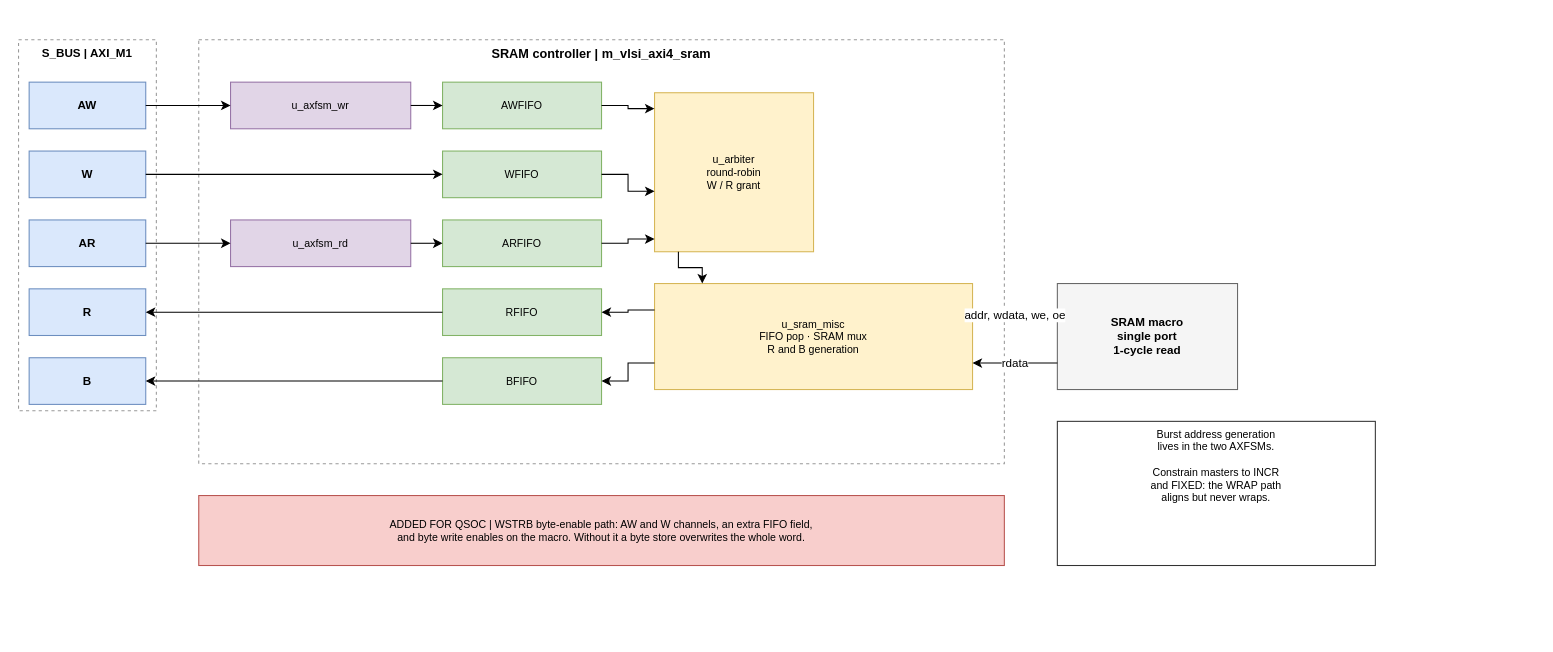
Earlier version of the draw.io diagram doc/drawio/QNSC_RAM_Block.drawio (quynhonsemiconductor/vlsi_deep_training). Source tidied: cells renumbered, new cells numbered last; positions are measured from the earlier drawing's top-left corner, leaving out a move shared by most shapes. Both pictures are drawn from the tidied source at 106%, with x=0, y=0 at pixel (18, 39).
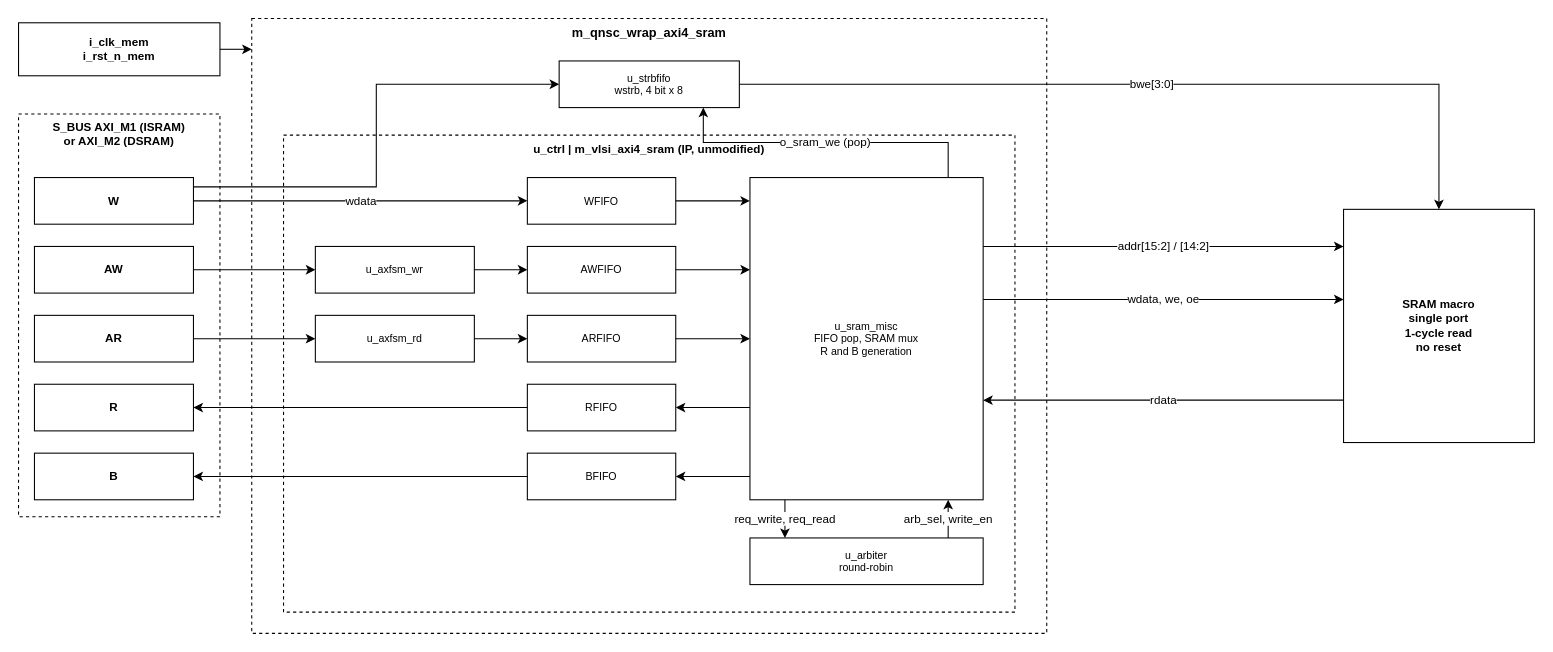
After the change.

What changed in the source:
```diff
@@
+    <mxCell id="36" value="i_clk_mem&#10;i_rst_n_mem" style="rounded=0;whiteSpace=wrap;html=1;fillColor=#ffffff;strokeColor=#000000;fontSize=11;dashed=0;fontStyle=1;verticalAlign=middle;" parent="1" vertex="1">
+      <mxGeometry y="-16" width="190" height="50" as="geometry" />
+    </mxCell>
-    <mxCell id="2" value="S_BUS | AXI_M1" style="rounded=0;whiteSpace=wrap;html=1;fillColor=none;strokeColor=#999999;fontSize=11;dashed=1;fontStyle=1;verticalAlign=top;" parent="1" vertex="1">
-      <mxGeometry width="130" height="350" as="geometry" />
+    <mxCell id="2" value="S_BUS  AXI_M1 (ISRAM)&#10;or AXI_M2 (DSRAM)" style="rounded=0;whiteSpace=wrap;html=1;fillColor=none;strokeColor=#000000;fontSize=11;dashed=1;fontStyle=1;verticalAlign=top;" parent="1" vertex="1">
+      <mxGeometry y="70" width="190" height="380" as="geometry" />
     </mxCell>
+    <mxCell id="4" value="W" style="rounded=0;whiteSpace=wrap;html=1;fillColor=#ffffff;strokeColor=#000000;fontSize=11;dashed=0;fontStyle=1;verticalAlign=middle;" parent="1" vertex="1">
+      <mxGeometry x="15" y="130" width="150" height="44" as="geometry" />
+    </mxCell>
-    <mxCell id="3" value="AW" style="rounded=0;whiteSpace=wrap;html=1;fillColor=#dae8fc;strokeColor=#6c8ebf;fontSize=11;dashed=0;fontStyle=1;verticalAlign=middle;" parent="1" vertex="1">
-      <mxGeometry x="10" y="40" width="110" height="44" as="geometry" />
+    <mxCell id="3" value="AW" style="rounded=0;whiteSpace=wrap;html=1;fillColor=#ffffff;strokeColor=#000000;fontSize=11;dashed=0;fontStyle=1;verticalAlign=middle;" parent="1" vertex="1">
+      <mxGeometry x="15" y="195" width="150" height="44" as="geometry" />
     </mxCell>
-    <mxCell id="4" value="W" style="rounded=0;whiteSpace=wrap;html=1;fillColor=#dae8fc;strokeColor=#6c8ebf;fontSize=11;dashed=0;fontStyle=1;verticalAlign=middle;" parent="1" vertex="1">
-      <mxGeometry x="10" y="105" width="110" height="44" as="geometry" />
-    </mxCell>
-    <mxCell id="5" value="AR" style="rounded=0;whiteSpace=wrap;html=1;fillColor=#dae8fc;strokeColor=#6c8ebf;fontSize=11;dashed=0;fontStyle=1;verticalAlign=middle;" parent="1" vertex="1">
-      <mxGeometry x="10" y="170" width="110" height="44" as="geometry" />
+    <mxCell id="5" value="AR" style="rounded=0;whiteSpace=wrap;html=1;fillColor=#ffffff;strokeColor=#000000;fontSize=11;dashed=0;fontStyle=1;verticalAlign=middle;" parent="1" vertex="1">
+      <mxGeometry x="15" y="260" width="150" height="44" as="geometry" />
     </mxCell>
-    <mxCell id="6" value="R" style="rounded=0;whiteSpace=wrap;html=1;fillColor=#dae8fc;strokeColor=#6c8ebf;fontSize=11;dashed=0;fontStyle=1;verticalAlign=middle;" parent="1" vertex="1">
-      <mxGeometry x="10" y="235" width="110" height="44" as="geometry" />
+    <mxCell id="6" value="R" style="rounded=0;whiteSpace=wrap;html=1;fillColor=#ffffff;strokeColor=#000000;fontSize=11;dashed=0;fontStyle=1;verticalAlign=middle;" parent="1" vertex="1">
+      <mxGeometry x="15" y="325" width="150" height="44" as="geometry" />
     </mxCell>
-    <mxCell id="7" value="B" style="rounded=0;whiteSpace=wrap;html=1;fillColor=#dae8fc;strokeColor=#6c8ebf;fontSize=11;dashed=0;fontStyle=1;verticalAlign=middle;" parent="1" vertex="1">
-      <mxGeometry x="10" y="300" width="110" height="44" as="geometry" />
+    <mxCell id="7" value="B" style="rounded=0;whiteSpace=wrap;html=1;fillColor=#ffffff;strokeColor=#000000;fontSize=11;dashed=0;fontStyle=1;verticalAlign=middle;" parent="1" vertex="1">
+      <mxGeometry x="15" y="390" width="150" height="44" as="geometry" />
     </mxCell>
+    <mxCell id="37" value="m_qnsc_wrap_axi4_sram" style="rounded=0;whiteSpace=wrap;html=1;fillColor=none;strokeColor=#000000;fontSize=12;dashed=1;fontStyle=1;verticalAlign=top;" parent="1" vertex="1">
+      <mxGeometry x="220" y="-20" width="750" height="580" as="geometry" />
+    </mxCell>
+    <mxCell id="38" value="u_strbfifo&#10;wstrb, 4 bit x 8" style="rounded=0;whiteSpace=wrap;html=1;fillColor=#ffffff;strokeColor=#000000;fontSize=10;dashed=0;verticalAlign=middle;" parent="1" vertex="1">
+      <mxGeometry x="510" y="20" width="170" height="44" as="geometry" />
+    </mxCell>
-    <mxCell id="8" value="SRAM controller  |  m_vlsi_axi4_sram" style="rounded=0;whiteSpace=wrap;html=1;fillColor=none;strokeColor=#999999;fontSize=12;dashed=1;fontStyle=1;verticalAlign=top;" parent="1" vertex="1">
-      <mxGeometry x="170" width="760" height="400" as="geometry" />
+    <mxCell id="8" value="u_ctrl  |  m_vlsi_axi4_sram  (IP, unmodified)" style="rounded=0;whiteSpace=wrap;html=1;fillColor=none;strokeColor=#000000;fontSize=11;dashed=1;fontStyle=1;verticalAlign=top;" parent="1" vertex="1">
+      <mxGeometry x="250" y="90" width="690" height="450" as="geometry" />
     </mxCell>
-    <mxCell id="9" value="u_axfsm_wr" style="rounded=0;whiteSpace=wrap;html=1;fillColor=#e1d5e7;strokeColor=#9673a6;fontSize=10;dashed=0;verticalAlign=middle;" parent="1" vertex="1">
-      <mxGeometry x="200" y="40" width="170" height="44" as="geometry" />
+    <mxCell id="9" value="u_axfsm_wr" style="rounded=0;whiteSpace=wrap;html=1;fillColor=#ffffff;strokeColor=#000000;fontSize=10;dashed=0;verticalAlign=middle;" parent="1" vertex="1">
+      <mxGeometry x="280" y="195" width="150" height="44" as="geometry" />
     </mxCell>
-    <mxCell id="10" value="u_axfsm_rd" style="rounded=0;whiteSpace=wrap;html=1;fillColor=#e1d5e7;strokeColor=#9673a6;fontSize=10;dashed=0;verticalAlign=middle;" parent="1" vertex="1">
-      <mxGeometry x="200" y="170" width="170" height="44" as="geometry" />
+    <mxCell id="10" value="u_axfsm_rd" style="rounded=0;whiteSpace=wrap;html=1;fillColor=#ffffff;strokeColor=#000000;fontSize=10;dashed=0;verticalAlign=middle;" parent="1" vertex="1">
+      <mxGeometry x="280" y="260" width="150" height="44" as="geometry" />
     </mxCell>
+    <mxCell id="12" value="WFIFO" style="rounded=0;whiteSpace=wrap;html=1;fillColor=#ffffff;strokeColor=#000000;fontSize=10;dashed=0;verticalAlign=middle;" parent="1" vertex="1">
+      <mxGeometry x="480" y="130" width="140" height="44" as="geometry" />
+    </mxCell>
-    <mxCell id="11" value="AWFIFO" style="rounded=0;whiteSpace=wrap;html=1;fillColor=#d5e8d4;strokeColor=#82b366;fontSize=10;dashed=0;verticalAlign=middle;" parent="1" vertex="1">
-      <mxGeometry x="400" y="40" width="150" height="44" as="geometry" />
+    <mxCell id="11" value="AWFIFO" style="rounded=0;whiteSpace=wrap;html=1;fillColor=#ffffff;strokeColor=#000000;fontSize=10;dashed=0;verticalAlign=middle;" parent="1" vertex="1">
+      <mxGeometry x="480" y="195" width="140" height="44" as="geometry" />
     </mxCell>
-    <mxCell id="12" value="WFIFO" style="rounded=0;whiteSpace=wrap;html=1;fillColor=#d5e8d4;strokeColor=#82b366;fontSize=10;dashed=0;verticalAlign=middle;" parent="1" vertex="1">
-      <mxGeometry x="400" y="105" width="150" height="44" as="geometry" />
-    </mxCell>
-    <mxCell id="13" value="ARFIFO" style="rounded=0;whiteSpace=wrap;html=1;fillColor=#d5e8d4;strokeColor=#82b366;fontSize=10;dashed=0;verticalAlign=middle;" parent="1" vertex="1">
-      <mxGeometry x="400" y="170" width="150" height="44" as="geometry" />
+    <mxCell id="13" value="ARFIFO" style="rounded=0;whiteSpace=wrap;html=1;fillColor=#ffffff;strokeColor=#000000;fontSize=10;dashed=0;verticalAlign=middle;" parent="1" vertex="1">
+      <mxGeometry x="480" y="260" width="140" height="44" as="geometry" />
     </mxCell>
-    <mxCell id="14" value="RFIFO" style="rounded=0;whiteSpace=wrap;html=1;fillColor=#d5e8d4;strokeColor=#82b366;fontSize=10;dashed=0;verticalAlign=middle;" parent="1" vertex="1">
-      <mxGeometry x="400" y="235" width="150" height="44" as="geometry" />
+    <mxCell id="14" value="RFIFO" style="rounded=0;whiteSpace=wrap;html=1;fillColor=#ffffff;strokeColor=#000000;fontSize=10;dashed=0;verticalAlign=middle;" parent="1" vertex="1">
+      <mxGeometry x="480" y="325" width="140" height="44" as="geometry" />
     </mxCell>
-    <mxCell id="15" value="BFIFO" style="rounded=0;whiteSpace=wrap;html=1;fillColor=#d5e8d4;strokeColor=#82b366;fontSize=10;dashed=0;verticalAlign=middle;" parent="1" vertex="1">
-      <mxGeometry x="400" y="300" width="150" height="44" as="geometry" />
+    <mxCell id="15" value="BFIFO" style="rounded=0;whiteSpace=wrap;html=1;fillColor=#ffffff;strokeColor=#000000;fontSize=10;dashed=0;verticalAlign=middle;" parent="1" vertex="1">
+      <mxGeometry x="480" y="390" width="140" height="44" as="geometry" />
     </mxCell>
+    <mxCell id="17" value="u_sram_misc&#10;FIFO pop, SRAM mux&#10;R and B generation" style="rounded=0;whiteSpace=wrap;html=1;fillColor=#ffffff;strokeColor=#000000;fontSize=10;dashed=0;verticalAlign=middle;" parent="1" vertex="1">
+      <mxGeometry x="690" y="130" width="220" height="304" as="geometry" />
+    </mxCell>
-    <mxCell id="16" value="u_arbiter&#10;round-robin&#10;W / R grant" style="rounded=0;whiteSpace=wrap;html=1;fillColor=#fff2cc;strokeColor=#d6b656;fontSize=10;dashed=0;verticalAlign=middle;" parent="1" vertex="1">
-      <mxGeometry x="600" y="50" width="150" height="150" as="geometry" />
+    <mxCell id="16" value="u_arbiter&#10;round-robin" style="rounded=0;whiteSpace=wrap;html=1;fillColor=#ffffff;strokeColor=#000000;fontSize=10;dashed=0;verticalAlign=middle;" parent="1" vertex="1">
+      <mxGeometry x="690" y="470" width="220" height="44" as="geometry" />
     </mxCell>
-    <mxCell id="17" value="u_sram_misc&#10;FIFO pop · SRAM mux&#10;R and B generation" style="rounded=0;whiteSpace=wrap;html=1;fillColor=#fff2cc;strokeColor=#d6b656;fontSize=10;dashed=0;verticalAlign=middle;" parent="1" vertex="1">
-      <mxGeometry x="600" y="230" width="300" height="100" as="geometry" />
-    </mxCell>
-    <mxCell id="18" value="SRAM macro&#10;single port&#10;1-cycle read" style="rounded=0;whiteSpace=wrap;html=1;fillColor=#f5f5f5;strokeColor=#666666;fontSize=11;dashed=0;fontStyle=1;verticalAlign=middle;" parent="1" vertex="1">
-      <mxGeometry x="980" y="230" width="170" height="100" as="geometry" />
+    <mxCell id="18" value="SRAM macro&#10;single port&#10;1-cycle read&#10;no reset" style="rounded=0;whiteSpace=wrap;html=1;fillColor=#ffffff;strokeColor=#000000;fontSize=11;dashed=0;fontStyle=1;verticalAlign=middle;" parent="1" vertex="1">
+      <mxGeometry x="1250" y="160" width="180" height="220" as="geometry" />
     </mxCell>
-    <mxCell id="19" value="ADDED FOR QSOC | WSTRB byte-enable path: AW and W channels, an extra FIFO field,&#10;and byte write enables on the macro.  Without it a byte store overwrites the whole word." style="rounded=0;whiteSpace=wrap;html=1;fillColor=#f8cecc;strokeColor=#b85450;fontSize=10;dashed=0;verticalAlign=middle;" parent="1" vertex="1">
-      <mxGeometry x="170" y="430" width="760" height="66" as="geometry" />
-    </mxCell>
-    <mxCell id="20" value="Burst address generation&#10;lives in the two AXFSMs.&#10;&#10;Constrain masters to INCR&#10;and FIXED: the WRAP path&#10;aligns but never wraps." style="rounded=0;whiteSpace=wrap;html=1;fillColor=#ffffff;strokeColor=#333333;fontSize=10;dashed=0;verticalAlign=top;" parent="1" vertex="1">
-      <mxGeometry x="980" y="360" width="300" height="136" as="geometry" />
-    </mxCell>
+    <mxCell id="39" style="edgeStyle=orthogonalEdgeStyle;rounded=0;html=1;exitX=1.0;exitY=0.5;entryX=0.0;entryY=0.05;exitDx=0;exitDy=0;entryDx=0;entryDy=0;" parent="1" edge="1" source="36" target="37">
+      <mxGeometry relative="1" as="geometry" />
+    </mxCell>
+    <mxCell id="23" value="wdata" style="edgeStyle=orthogonalEdgeStyle;rounded=0;html=1;exitX=1.0;exitY=0.5;entryX=0.0;entryY=0.5;exitDx=0;exitDy=0;entryDx=0;entryDy=0;" parent="1" edge="1" source="4" target="12">
+      <mxGeometry relative="1" as="geometry" />
+    </mxCell>
+    <mxCell id="40" style="edgeStyle=orthogonalEdgeStyle;rounded=0;html=1;exitX=1.0;exitY=0.20000000000000026;entryX=0.0;entryY=0.5;exitDx=0;exitDy=0;entryDx=0;entryDy=0;" parent="1" edge="1" source="4" target="38">
+      <mxGeometry relative="1" as="geometry" />
+    </mxCell>
@@
-    <mxCell id="23" style="edgeStyle=orthogonalEdgeStyle;rounded=0;html=1;exitX=1.0;exitY=0.5;entryX=0.0;entryY=0.5;exitDx=0;exitDy=0;entryDx=0;entryDy=0;" parent="1" edge="1" source="4" target="12">
-      <mxGeometry relative="1" as="geometry" />
-    </mxCell>
@@
-    <mxCell id="28" style="edgeStyle=orthogonalEdgeStyle;rounded=0;html=1;exitX=1.0;exitY=0.5;entryX=0.0;entryY=0.1;exitDx=0;exitDy=0;entryDx=0;entryDy=0;" parent="1" edge="1" source="11" target="16">
-      <mxGeometry relative="1" as="geometry" />
-    </mxCell>
-    <mxCell id="29" style="edgeStyle=orthogonalEdgeStyle;rounded=0;html=1;exitX=1.0;exitY=0.5;entryX=0.0;entryY=0.62;exitDx=0;exitDy=0;entryDx=0;entryDy=0;" parent="1" edge="1" source="12" target="16">
-      <mxGeometry relative="1" as="geometry" />
-    </mxCell>
-    <mxCell id="30" style="edgeStyle=orthogonalEdgeStyle;rounded=0;html=1;exitX=1.0;exitY=0.5;entryX=0.0;entryY=0.92;exitDx=0;exitDy=0;entryDx=0;entryDy=0;" parent="1" edge="1" source="13" target="16">
-      <mxGeometry relative="1" as="geometry" />
-    </mxCell>
-    <mxCell id="31" style="edgeStyle=orthogonalEdgeStyle;rounded=0;html=1;exitX=0.15;exitY=1.0;entryX=0.15;entryY=0.0;exitDx=0;exitDy=0;entryDx=0;entryDy=0;" parent="1" edge="1" source="16" target="17">
-      <mxGeometry relative="1" as="geometry" />
-    </mxCell>
+    <mxCell id="41" style="edgeStyle=orthogonalEdgeStyle;rounded=0;html=1;exitX=1.0;exitY=0.5;entryX=0.0;entryY=0.07240000000000002;exitDx=0;exitDy=0;entryDx=0;entryDy=0;" parent="1" edge="1" source="12" target="17">
+      <mxGeometry relative="1" as="geometry" />
+    </mxCell>
+    <mxCell id="42" style="edgeStyle=orthogonalEdgeStyle;rounded=0;html=1;exitX=1.0;exitY=0.5;entryX=0.0;entryY=0.28619999999999995;exitDx=0;exitDy=0;entryDx=0;entryDy=0;" parent="1" edge="1" source="11" target="17">
+      <mxGeometry relative="1" as="geometry" />
+    </mxCell>
+    <mxCell id="43" style="edgeStyle=orthogonalEdgeStyle;rounded=0;html=1;exitX=1.0;exitY=0.5;entryX=0.0;entryY=0.5;exitDx=0;exitDy=0;entryDx=0;entryDy=0;" parent="1" edge="1" source="13" target="17">
+      <mxGeometry relative="1" as="geometry" />
+    </mxCell>
-    <mxCell id="32" style="edgeStyle=orthogonalEdgeStyle;rounded=0;html=1;exitX=0.0;exitY=0.25;entryX=1.0;entryY=0.5;exitDx=0;exitDy=0;entryDx=0;entryDy=0;" parent="1" edge="1" source="17" target="14">
+    <mxCell id="32" style="edgeStyle=orthogonalEdgeStyle;rounded=0;html=1;exitX=0.0;exitY=0.7138;entryX=1.0;entryY=0.5;exitDx=0;exitDy=0;entryDx=0;entryDy=0;" parent="1" edge="1" source="17" target="14">
       <mxGeometry relative="1" as="geometry" />
     </mxCell>
-    <mxCell id="33" style="edgeStyle=orthogonalEdgeStyle;rounded=0;html=1;exitX=0.0;exitY=0.75;entryX=1.0;entryY=0.5;exitDx=0;exitDy=0;entryDx=0;entryDy=0;" parent="1" edge="1" source="17" target="15">
+    <mxCell id="33" style="edgeStyle=orthogonalEdgeStyle;rounded=0;html=1;exitX=0.0;exitY=0.9276000000000001;entryX=1.0;entryY=0.5;exitDx=0;exitDy=0;entryDx=0;entryDy=0;" parent="1" edge="1" source="17" target="15">
       <mxGeometry relative="1" as="geometry" />
     </mxCell>
-    <mxCell id="34" value="addr, wdata, we, oe" style="edgeStyle=orthogonalEdgeStyle;rounded=0;html=1;exitX=1.0;exitY=0.3;entryX=0.0;entryY=0.3;exitDx=0;exitDy=0;entryDx=0;entryDy=0;" parent="1" edge="1" source="17" target="18">
-      <mxGeometry relative="1" as="geometry" />
-    </mxCell>
+    <mxCell id="44" value="req_write, req_read" style="edgeStyle=orthogonalEdgeStyle;rounded=0;html=1;exitX=0.15;exitY=1.0;entryX=0.15;entryY=0.0;exitDx=0;exitDy=0;entryDx=0;entryDy=0;" parent="1" edge="1" source="17" target="16">
+      <mxGeometry relative="1" as="geometry" />
+    </mxCell>
+    <mxCell id="31" value="arb_sel, write_en" style="edgeStyle=orthogonalEdgeStyle;rounded=0;html=1;exitX=0.85;exitY=0.0;entryX=0.85;entryY=1.0;exitDx=0;exitDy=0;entryDx=0;entryDy=0;" parent="1" edge="1" source="16" target="17">
+      <mxGeometry relative="1" as="geometry" />
+    </mxCell>
+    <mxCell id="45" value="o_sram_we (pop)" style="edgeStyle=orthogonalEdgeStyle;rounded=0;html=1;exitX=0.85;exitY=0.0;entryX=0.8;entryY=1.0;exitDx=0;exitDy=0;entryDx=0;entryDy=0;" parent="1" edge="1" source="17" target="38">
+      <mxGeometry relative="1" as="geometry" />
+    </mxCell>
+    <mxCell id="46" value="bwe[3:0]" style="edgeStyle=orthogonalEdgeStyle;rounded=0;html=1;exitX=1.0;exitY=0.5;entryX=0.5;entryY=0.0;exitDx=0;exitDy=0;entryDx=0;entryDy=0;" parent="1" edge="1" source="38" target="18">
+      <mxGeometry relative="1" as="geometry" />
+    </mxCell>
+    <mxCell id="47" value="addr[15:2] / [14:2]" style="edgeStyle=orthogonalEdgeStyle;rounded=0;html=1;exitX=1.0;exitY=0.21380000000000005;entryX=0.0;entryY=0.15910000000000005;exitDx=0;exitDy=0;entryDx=0;entryDy=0;" parent="1" edge="1" source="17" target="18">
+      <mxGeometry relative="1" as="geometry" />
+    </mxCell>
+    <mxCell id="48" value="wdata, we, oe" style="edgeStyle=orthogonalEdgeStyle;rounded=0;html=1;exitX=1.0;exitY=0.37829999999999997;entryX=0.0;entryY=0.3864000000000002;exitDx=0;exitDy=0;entryDx=0;entryDy=0;" parent="1" edge="1" source="17" target="18">
+      <mxGeometry relative="1" as="geometry" />
+    </mxCell>
-    <mxCell id="35" value="rdata" style="edgeStyle=orthogonalEdgeStyle;rounded=0;html=1;exitX=0.0;exitY=0.75;entryX=1.0;entryY=0.75;exitDx=0;exitDy=0;entryDx=0;entryDy=0;" parent="1" edge="1" source="18" target="17">
+    <mxCell id="35" value="rdata" style="edgeStyle=orthogonalEdgeStyle;rounded=0;html=1;exitX=0.0;exitY=0.8182;entryX=1.0;entryY=0.6908;exitDx=0;exitDy=0;entryDx=0;entryDy=0;" parent="1" edge="1" source="18" target="17">
       <mxGeometry relative="1" as="geometry" />
     </mxCell>
```
